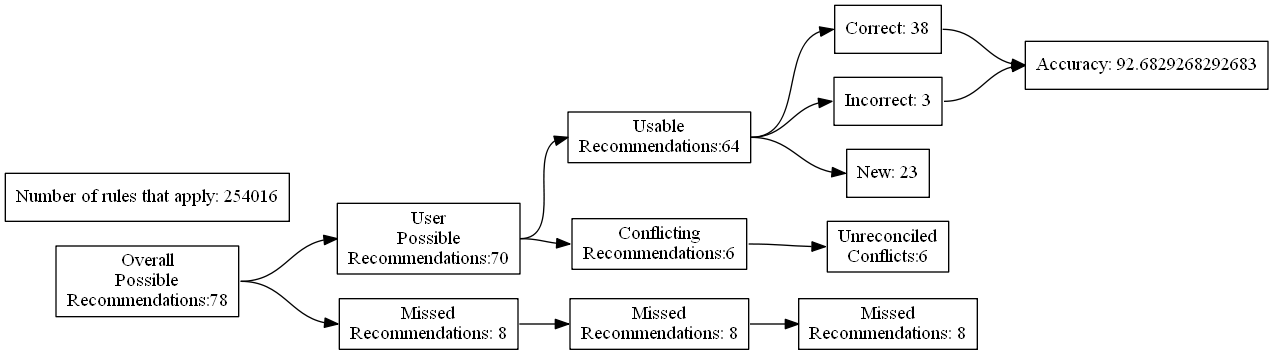
The Graphviz diagram test_renders/49.gv.png in ZaxR/ibd_diet_analysis, before a commit. Its source is kept beside it as test_renders/49.gv.
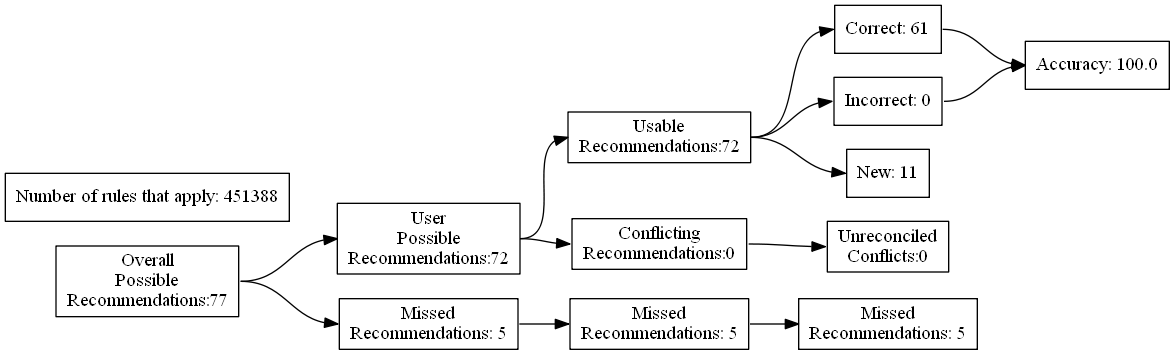
After the change.

The edit, as a diff of the source:
```diff
@@ -4,27 +4,27 @@
 	edge [headport=w tailport=e]
 		A [label="Overall
 Possible
-Recommendations:78"]
+Recommendations:77"]
 		B [label="User
 Possible
-Recommendations:70"]
+Recommendations:72"]
 		C [label="Missed
-Recommendations: 8"]
+Recommendations: 5"]
 		D [label="Usable
-Recommendations:64"]
+Recommendations:72"]
 		E [label="Conflicting
-Recommendations:6"]
+Recommendations:0"]
 		J [label="Missed
-Recommendations: 8"]
+Recommendations: 5"]
 		M [label="Unreconciled
-Conflicts:6"]
-		F [label="Correct: 38"]
-		G [label="Incorrect: 3"]
-		H [label="New: 23"]
+Conflicts:0"]
+		F [label="Correct: 61"]
+		G [label="Incorrect: 0"]
+		H [label="New: 11"]
 		K [label="Missed
-Recommendations: 8"]
-		I [label="Accuracy: 92.6829268292683"]
-		l [label="Number of rules that apply: 254016"]
+Recommendations: 5"]
+		I [label="Accuracy: 100.0"]
+		l [label="Number of rules that apply: 451388"]
 			A -> B
 			A -> C
 			B -> D
```
